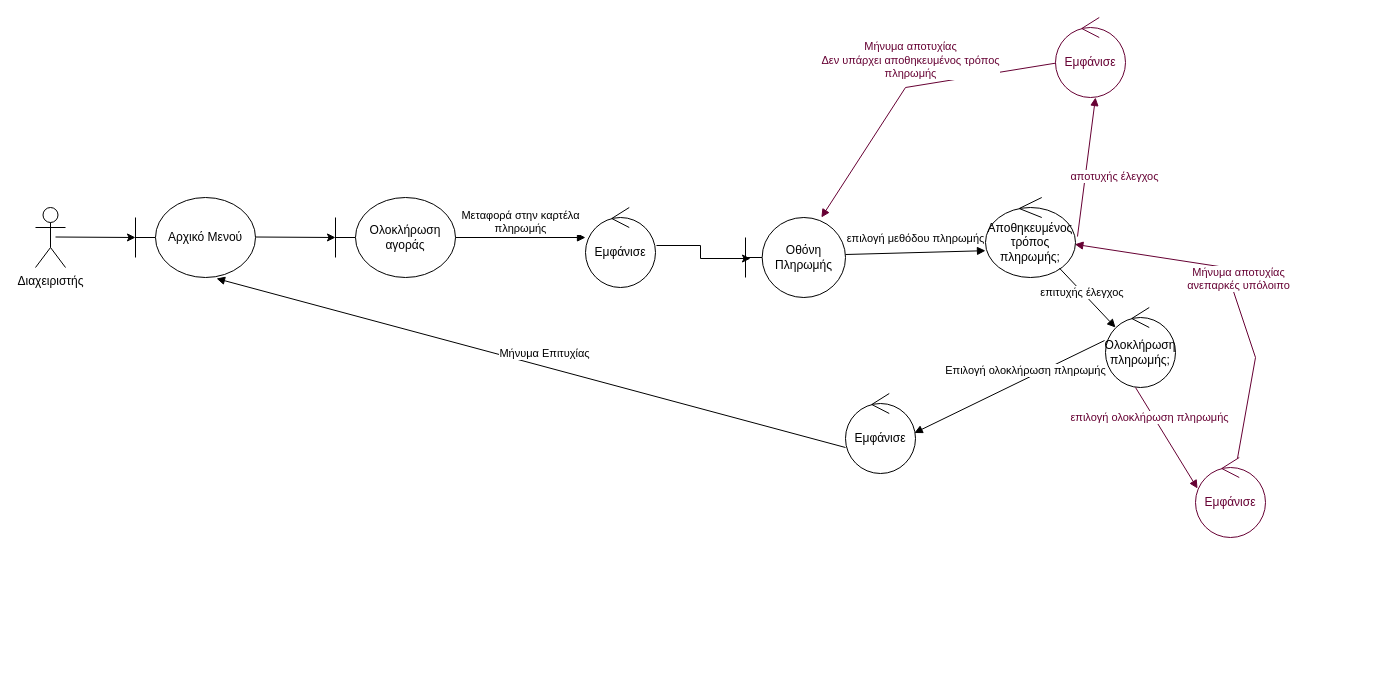
The draw.io diagram spetz/paradoteo4/add_playment_method.drawio in Pspetz/Organthlon, before the edit. Source tidied: cells renumbered, new cells numbered last; positions are measured from the earlier drawing's top-left corner, leaving out a move shared by most shapes. Both pictures are drawn from the tidied source at 100%, with x=0, y=0 at pixel (35, 17).
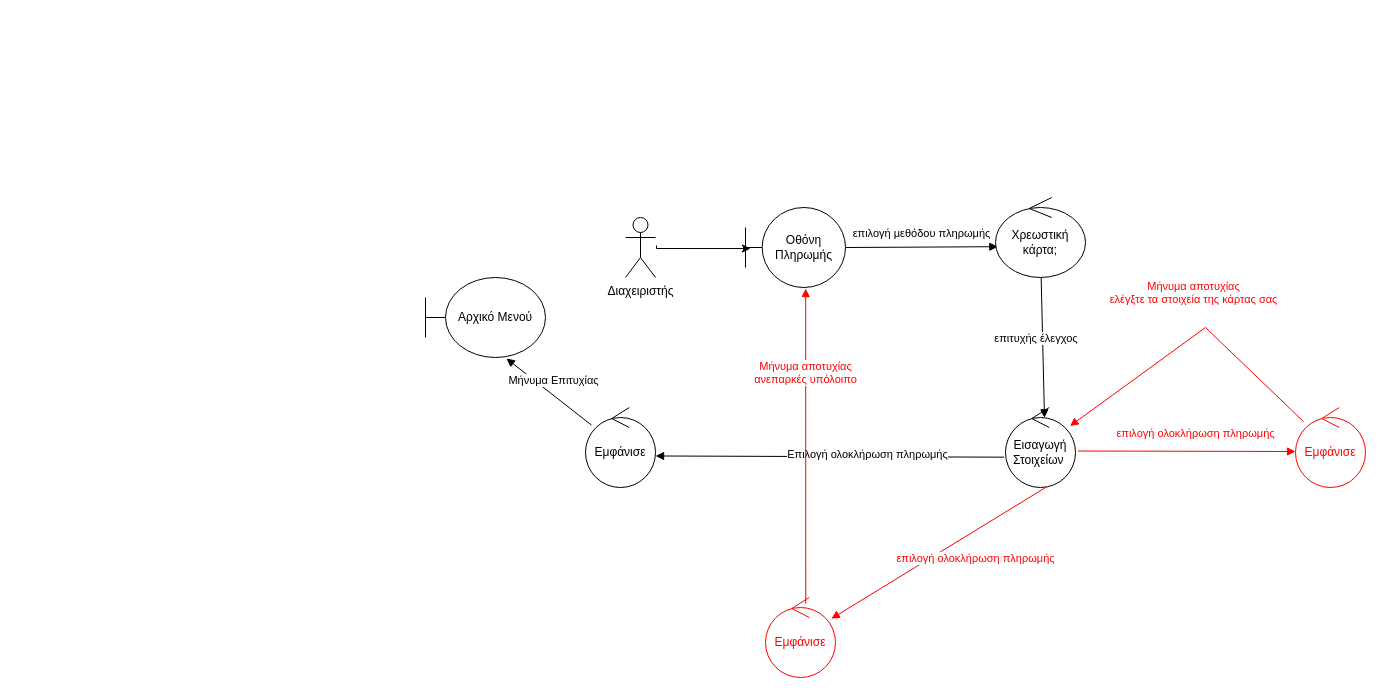
Above is the later version.

What changed in the source:
```diff
@@
     <mxCell id="2" value="Διαχειριστής" style="shape=umlActor;verticalLabelPosition=bottom;verticalAlign=top;html=1;" parent="1" vertex="1">
-      <mxGeometry y="190" width="30" height="60" as="geometry" />
+      <mxGeometry x="590" y="200" width="30" height="60" as="geometry" />
     </mxCell>
-    <mxCell id="3" value="Ολοκλήρωση αγοράς" style="shape=umlBoundary;whiteSpace=wrap;html=1;" parent="1" vertex="1">
-      <mxGeometry x="300" y="180" width="120" height="80" as="geometry" />
-    </mxCell>
-    <mxCell id="4" value="Εμφάνισε" style="ellipse;shape=umlControl;whiteSpace=wrap;html=1;" parent="1" vertex="1">
-      <mxGeometry x="550" y="190" width="70" height="80" as="geometry" />
-    </mxCell>
-    <mxCell id="5" value="Μεταφορά στην καρτέλα &lt;br&gt;πληρωμής" style="html=1;verticalAlign=bottom;endArrow=block;rounded=0;exitX=1;exitY=0.5;exitDx=0;exitDy=0;exitPerimeter=0;entryX=0;entryY=0.375;entryDx=0;entryDy=0;entryPerimeter=0;" parent="1" edge="1" source="3" target="4">
-      <mxGeometry relative="1" as="geometry" />
-    </mxCell>
-    <mxCell id="6" style="edgeStyle=orthogonalEdgeStyle;rounded=0;orthogonalLoop=1;jettySize=auto;html=1;exitX=0.5;exitY=0.5;exitDx=0;exitDy=0;exitPerimeter=0;" parent="1" edge="1">
-      <mxGeometry relative="1" as="geometry">
-        <mxPoint x="20" y="219.5" as="sourcePoint" />
-        <mxPoint x="100" y="220" as="targetPoint" />
-        <Array as="points">
-          <mxPoint x="20" y="220" />
-          <mxPoint x="20" y="220" />
-        </Array>
-      </mxGeometry>
-    </mxCell>
-    <mxCell id="7" style="edgeStyle=orthogonalEdgeStyle;rounded=0;jettySize=auto;html=1;exitX=1.014;exitY=0.475;exitDx=0;exitDy=0;exitPerimeter=0;entryX=0.05;entryY=0.513;entryDx=0;entryDy=0;entryPerimeter=0;" parent="1" edge="1" source="4" target="8">
-      <mxGeometry relative="1" as="geometry" />
+    <mxCell id="7" style="edgeStyle=orthogonalEdgeStyle;rounded=0;jettySize=auto;html=1;exitX=1.014;exitY=0.475;exitDx=0;exitDy=0;exitPerimeter=0;entryX=0.05;entryY=0.513;entryDx=0;entryDy=0;entryPerimeter=0;" parent="1" edge="1" target="8">
+      <mxGeometry relative="1" as="geometry">
+        <mxPoint x="621" y="228" as="sourcePoint" />
+        <Array as="points">
+          <mxPoint x="621" y="231" />
+        </Array>
+      </mxGeometry>
     </mxCell>
     <mxCell id="8" value="Οθόνη Πληρωμής" style="shape=umlBoundary;whiteSpace=wrap;html=1;" parent="1" vertex="1">
-      <mxGeometry x="710" y="200" width="100" height="80" as="geometry" />
+      <mxGeometry x="710" y="190" width="100" height="80" as="geometry" />
     </mxCell>
-    <mxCell id="9" value="επιλογή μεθόδου πληρωμής" style="html=1;verticalAlign=bottom;endArrow=block;rounded=0;" parent="1" edge="1">
+    <mxCell id="9" value="επιλογή μεθόδου πληρωμής" style="html=1;verticalAlign=bottom;endArrow=block;rounded=0;entryX=0.026;entryY=0.615;entryDx=0;entryDy=0;entryPerimeter=0;" parent="1" edge="1" target="10">
       <mxGeometry y="5" relative="1" as="geometry">
-        <mxPoint x="810" y="237" as="sourcePoint" />
-        <mxPoint x="950" y="233.2" as="targetPoint" />
+        <mxPoint x="810" y="230" as="sourcePoint" />
       </mxGeometry>
     </mxCell>
-    <mxCell id="10" value="Αποθηκευμένος τρόπος πληρωμής;" style="ellipse;shape=umlControl;whiteSpace=wrap;html=1;" parent="1" vertex="1">
-      <mxGeometry x="950" y="180" width="90" height="80" as="geometry" />
+    <mxCell id="10" value="Χρεωστική κάρτα;" style="ellipse;shape=umlControl;whiteSpace=wrap;html=1;" parent="1" vertex="1">
+      <mxGeometry x="960" y="180" width="90" height="80" as="geometry" />
     </mxCell>
-    <mxCell id="11" value="επιτυχής έλεγχος&amp;nbsp;" style="html=1;verticalAlign=bottom;endArrow=block;rounded=0;" parent="1" edge="1" source="10">
-      <mxGeometry y="-5" relative="1" as="geometry">
-        <mxPoint x="1080" y="310" as="targetPoint" />
-      </mxGeometry>
+    <mxCell id="11" value="επιτυχής έλεγχος&amp;nbsp;" style="html=1;verticalAlign=bottom;endArrow=block;rounded=0;entryX=0.557;entryY=0.129;entryDx=0;entryDy=0;entryPerimeter=0;" parent="1" edge="1" source="10" target="12">
+      <mxGeometry y="-5" relative="1" as="geometry" />
     </mxCell>
-    <mxCell id="12" value="Ολοκλήρωση πληρωμής;" style="ellipse;shape=umlControl;whiteSpace=wrap;html=1;" parent="1" vertex="1">
-      <mxGeometry x="1070" y="290" width="70" height="80" as="geometry" />
+    <mxCell id="12" value="Εισαγωγή Στοιχείων&amp;nbsp;" style="ellipse;shape=umlControl;whiteSpace=wrap;html=1;" parent="1" vertex="1">
+      <mxGeometry x="970" y="390" width="70" height="80" as="geometry" />
     </mxCell>
-    <mxCell id="13" style="html=1;verticalAlign=bottom;endArrow=block;rounded=0;exitX=-0.014;exitY=0.413;exitDx=0;exitDy=0;exitPerimeter=0;" parent="1" edge="1" source="12">
-      <mxGeometry x="0.06" y="-3" relative="1" as="geometry">
-        <mxPoint x="878.8" y="415.5" as="targetPoint" />
-      </mxGeometry>
+    <mxCell id="13" style="html=1;verticalAlign=bottom;endArrow=block;rounded=0;exitX=-0.021;exitY=0.621;exitDx=0;exitDy=0;exitPerimeter=0;entryX=1.001;entryY=0.606;entryDx=0;entryDy=0;entryPerimeter=0;" parent="1" edge="1" source="12" target="15">
+      <mxGeometry x="0.06" y="-3" relative="1" as="geometry" />
     </mxCell>
@@
     <mxCell id="15" value="Εμφάνισε" style="ellipse;shape=umlControl;whiteSpace=wrap;html=1;" parent="1" vertex="1">
-      <mxGeometry x="810" y="376" width="70" height="80" as="geometry" />
+      <mxGeometry x="550" y="390" width="70" height="80" as="geometry" />
     </mxCell>
-    <mxCell id="16" value="Μήνυμα Επιτυχίας" style="html=1;verticalAlign=bottom;endArrow=block;rounded=0;entryX=0.675;entryY=1.013;entryDx=0;entryDy=0;entryPerimeter=0;" parent="1" edge="1" target="17">
-      <mxGeometry x="-0.04" y="-4" relative="1" as="geometry">
-        <mxPoint x="810" y="430" as="sourcePoint" />
-      </mxGeometry>
+    <mxCell id="16" value="Μήνυμα Επιτυχίας" style="html=1;verticalAlign=bottom;endArrow=block;rounded=0;entryX=0.675;entryY=1.013;entryDx=0;entryDy=0;entryPerimeter=0;" parent="1" edge="1" source="15" target="17">
+      <mxGeometry x="-0.04" y="-4" relative="1" as="geometry" />
     </mxCell>
     <mxCell id="17" value="Αρχικό Μενού" style="shape=umlBoundary;whiteSpace=wrap;html=1;" parent="1" vertex="1">
-      <mxGeometry x="100" y="180" width="120" height="80" as="geometry" />
+      <mxGeometry x="390" y="260" width="120" height="80" as="geometry" />
     </mxCell>
-    <mxCell id="18" style="edgeStyle=orthogonalEdgeStyle;rounded=0;orthogonalLoop=1;jettySize=auto;html=1;exitX=0.5;exitY=0.5;exitDx=0;exitDy=0;exitPerimeter=0;" parent="1" edge="1">
-      <mxGeometry relative="1" as="geometry">
-        <mxPoint x="220" y="219.5" as="sourcePoint" />
-        <mxPoint x="300" y="220" as="targetPoint" />
-        <Array as="points">
-          <mxPoint x="220" y="220" />
-          <mxPoint x="220" y="220" />
-        </Array>
-      </mxGeometry>
-    </mxCell>
-    <mxCell id="19" value="Εμφάνισε" style="ellipse;shape=umlControl;whiteSpace=wrap;html=1;strokeColor=#660033;fontColor=#660033;" parent="1" vertex="1">
-      <mxGeometry x="1160" y="440" width="70" height="80" as="geometry" />
+    <mxCell id="19" value="Εμφάνισε" style="ellipse;shape=umlControl;whiteSpace=wrap;html=1;strokeColor=#FF0000;fontColor=#FF0000;" parent="1" vertex="1">
+      <mxGeometry x="1260" y="390" width="70" height="80" as="geometry" />
     </mxCell>
-    <mxCell id="20" style="html=1;verticalAlign=bottom;endArrow=block;rounded=0;exitX=0.429;exitY=1;exitDx=0;exitDy=0;exitPerimeter=0;entryX=0.029;entryY=0.388;entryDx=0;entryDy=0;entryPerimeter=0;strokeColor=#660033;" parent="1" edge="1" source="12" target="19">
-      <mxGeometry x="0.06" y="-3" relative="1" as="geometry" />
+    <mxCell id="20" style="html=1;verticalAlign=bottom;endArrow=block;rounded=0;strokeColor=#FF0000;exitX=1.034;exitY=0.544;exitDx=0;exitDy=0;exitPerimeter=0;fontColor=#FF0000;" parent="1" edge="1" source="12">
+      <mxGeometry x="0.06" y="-3" relative="1" as="geometry">
+        <mxPoint x="1260" y="434" as="targetPoint" />
+      </mxGeometry>
     </mxCell>
-    <mxCell id="21" value="επιλογή ολοκλήρωση πληρωμής" style="edgeLabel;html=1;align=center;verticalAlign=middle;fontColor=#660033;" parent="20" vertex="1">
+    <mxCell id="21" value="επιλογή ολοκλήρωση πληρωμής" style="edgeLabel;html=1;align=center;verticalAlign=middle;fontColor=#FF0000;" parent="20" vertex="1">
       <mxGeometry x="-0.28" y="3" relative="1" as="geometry">
-        <mxPoint x="-12" y="-6" as="offset" />
+        <mxPoint x="39" y="-15" as="offset" />
       </mxGeometry>
     </mxCell>
-    <mxCell id="22" value="Μήνυμα αποτυχίας&lt;br&gt;ανεπαρκές υπόλοιπο" style="html=1;verticalAlign=bottom;endArrow=block;rounded=0;fontColor=#660033;strokeColor=#660033;" parent="1" edge="1" source="19" target="10">
-      <mxGeometry x="-0.04" y="-4" relative="1" as="geometry">
+    <mxCell id="22" value="&lt;font color=&quot;#ff0000&quot;&gt;Μήνυμα αποτυχίας&lt;br&gt;ελέγξτε τα στοιχεία της κάρτας σας&lt;br&gt;&lt;/font&gt;" style="html=1;verticalAlign=bottom;endArrow=block;rounded=0;fontColor=#660033;strokeColor=#FF0000;" parent="1" edge="1" source="19" target="12">
+      <mxGeometry x="-0.1" y="-22" relative="1" as="geometry">
         <Array as="points">
-          <mxPoint x="1220" y="340" />
-          <mxPoint x="1190" y="250" />
+          <mxPoint x="1170" y="310" />
         </Array>
+        <mxPoint x="2" y="-2" as="offset" />
       </mxGeometry>
     </mxCell>
-    <mxCell id="23" style="html=1;verticalAlign=bottom;endArrow=block;rounded=0;strokeColor=#660033;exitX=1.022;exitY=0.488;exitDx=0;exitDy=0;exitPerimeter=0;" parent="1" edge="1" source="10">
-      <mxGeometry x="0.06" y="-3" relative="1" as="geometry">
-        <mxPoint x="1060" y="80" as="targetPoint" />
-      </mxGeometry>
-    </mxCell>
-    <mxCell id="24" value="αποτυχής έλεγχος" style="edgeLabel;html=1;align=center;verticalAlign=middle;fontColor=#660033;" parent="23" vertex="1">
-      <mxGeometry x="-0.28" y="3" relative="1" as="geometry">
-        <mxPoint x="33" y="-11" as="offset" />
-      </mxGeometry>
-    </mxCell>
-    <mxCell id="25" value="Εμφάνισε" style="ellipse;shape=umlControl;whiteSpace=wrap;html=1;strokeColor=#660033;fontColor=#660033;" parent="1" vertex="1">
-      <mxGeometry x="1020" width="70" height="80" as="geometry" />
-    </mxCell>
-    <mxCell id="26" value="Μήνυμα αποτυχίας&lt;br&gt;Δεν υπάρχει αποθηκευμένος τρόπος&lt;br&gt;πληρωμής" style="html=1;verticalAlign=bottom;endArrow=block;rounded=0;fontColor=#660033;strokeColor=#660033;" parent="1" edge="1" source="25" target="8">
-      <mxGeometry x="-0.04" y="-4" relative="1" as="geometry">
-        <Array as="points">
-          <mxPoint x="870" y="70" />
-        </Array>
-      </mxGeometry>
-    </mxCell>
+    <mxCell id="27" style="html=1;verticalAlign=bottom;endArrow=block;rounded=0;strokeColor=#FF0000;exitX=0.592;exitY=0.99;exitDx=0;exitDy=0;exitPerimeter=0;fontColor=#FF0000;" parent="1" edge="1" source="12" target="29">
+      <mxGeometry x="0.06" y="-3" relative="1" as="geometry" />
+    </mxCell>
+    <mxCell id="28" value="επιλογή ολοκλήρωση πληρωμής" style="edgeLabel;html=1;align=center;verticalAlign=middle;fontColor=#FF0000;" parent="27" vertex="1">
+      <mxGeometry x="-0.28" y="3" relative="1" as="geometry">
+        <mxPoint x="4" y="21" as="offset" />
+      </mxGeometry>
+    </mxCell>
+    <mxCell id="29" value="Εμφάνισε" style="ellipse;shape=umlControl;whiteSpace=wrap;html=1;strokeColor=#FF0000;fontColor=#FF0000;" parent="1" vertex="1">
+      <mxGeometry x="730" y="580" width="70" height="80" as="geometry" />
+    </mxCell>
+    <mxCell id="30" value="&lt;font color=&quot;#ff0000&quot;&gt;Μήνυμα αποτυχίας&lt;br&gt;ανεπαρκές υπόλοιπο&lt;br&gt;&lt;/font&gt;" style="html=1;verticalAlign=bottom;endArrow=block;rounded=0;fontColor=#660033;strokeColor=#FF0000;entryX=0.602;entryY=1.013;entryDx=0;entryDy=0;entryPerimeter=0;exitX=0.575;exitY=0.077;exitDx=0;exitDy=0;exitPerimeter=0;" parent="1" edge="1" source="29" target="8">
+      <mxGeometry x="0.37" relative="1" as="geometry">
+        <mxPoint y="1" as="offset" />
+      </mxGeometry>
+    </mxCell>
```
